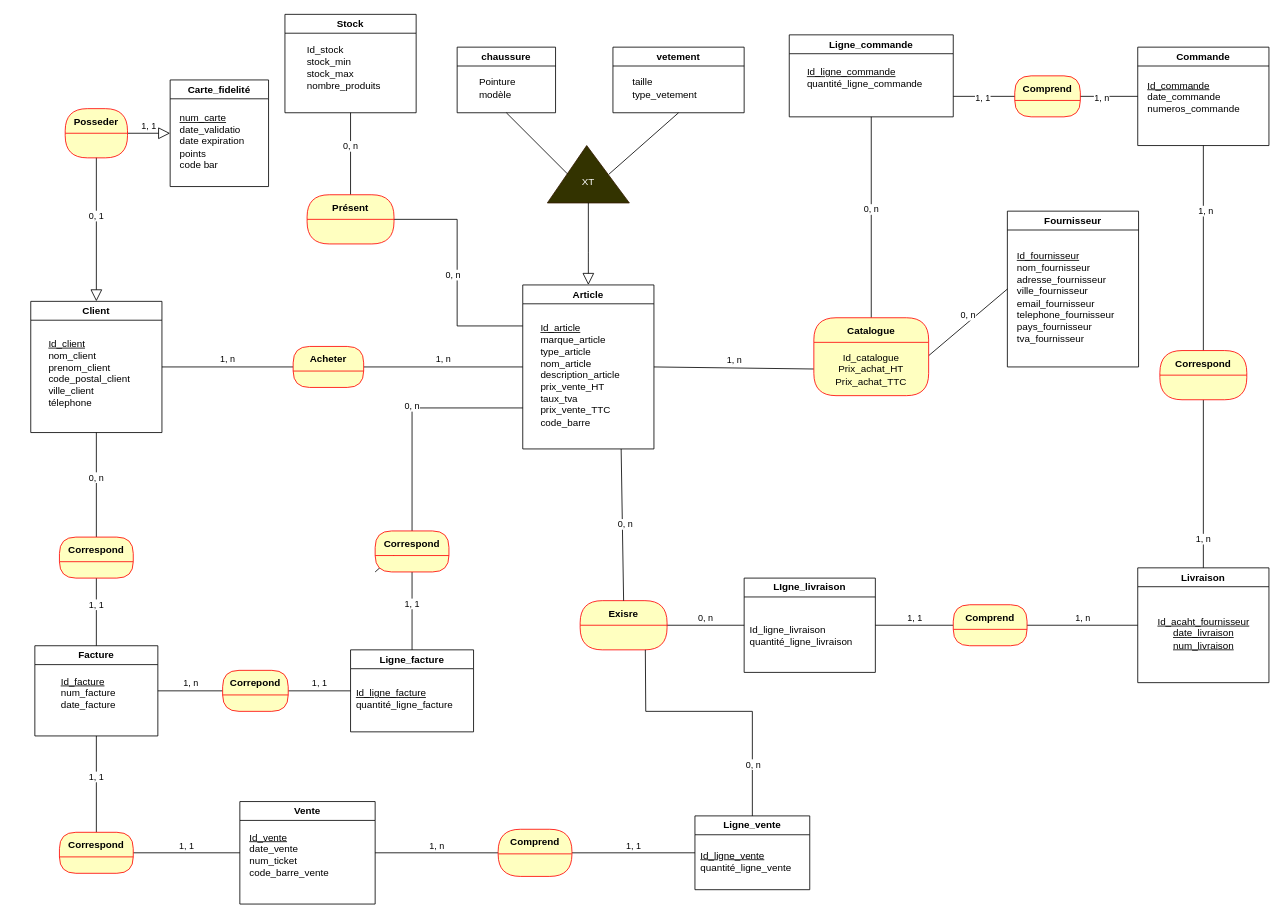
rachellusamba/CO-G.Stock keeps this draw.io diagram as page "MCD" (1 of 2) of G.Stock.drawio. Above is the earlier version. Source tidied: cells renumbered, new cells numbered last; positions are measured from the earlier drawing's top-left corner, leaving out a move shared by most shapes. Both pictures are drawn from the tidied source at 82%, with x=0, y=0 at pixel (30, 14).
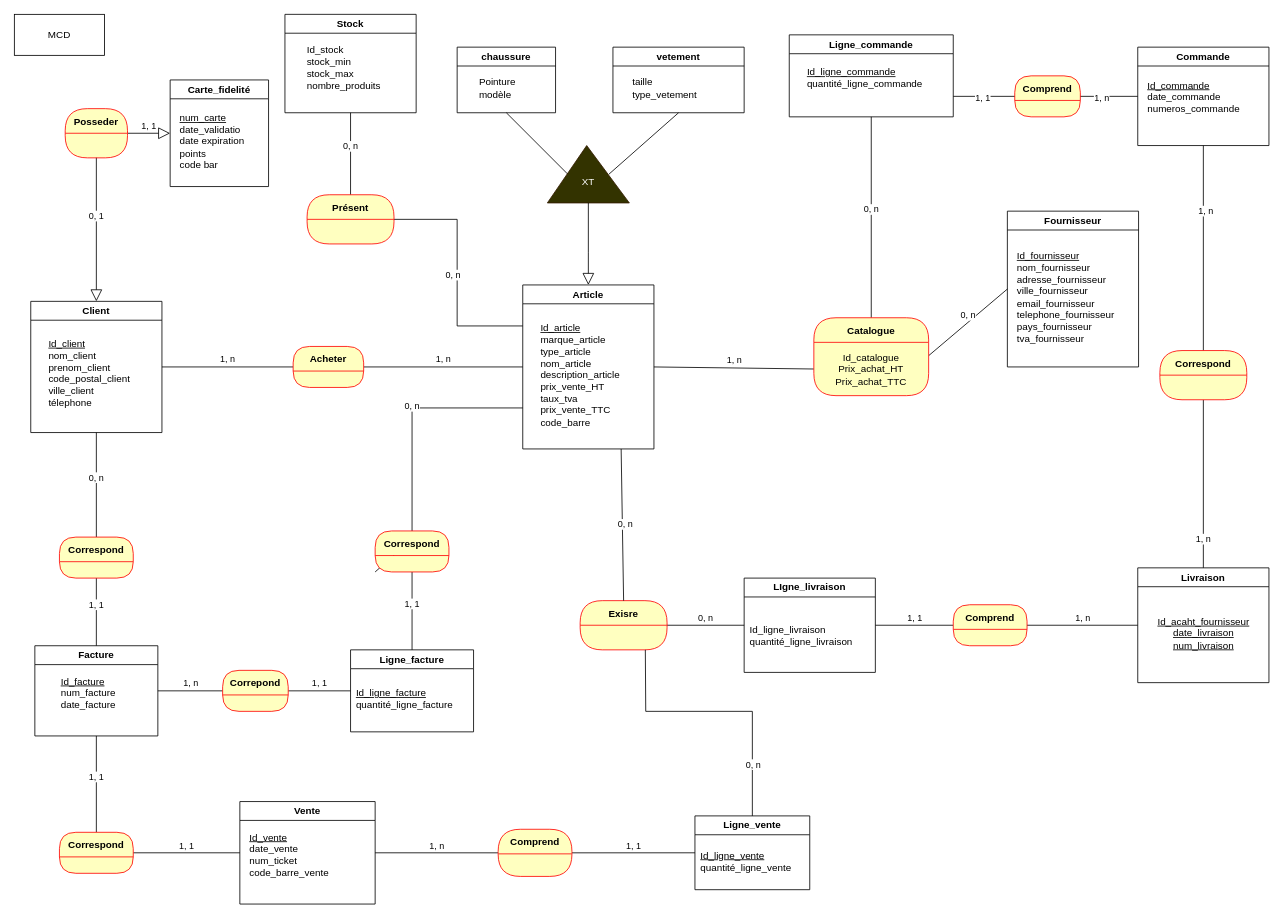
The same diagram, later.

What changed in the source:
```diff
@@
+    <mxCell id="87" value="MCD" style="html=1;whiteSpace=wrap;" parent="1" vertex="1">
+      <mxGeometry x="-20" width="110" height="50" as="geometry" />
+    </mxCell>
```
